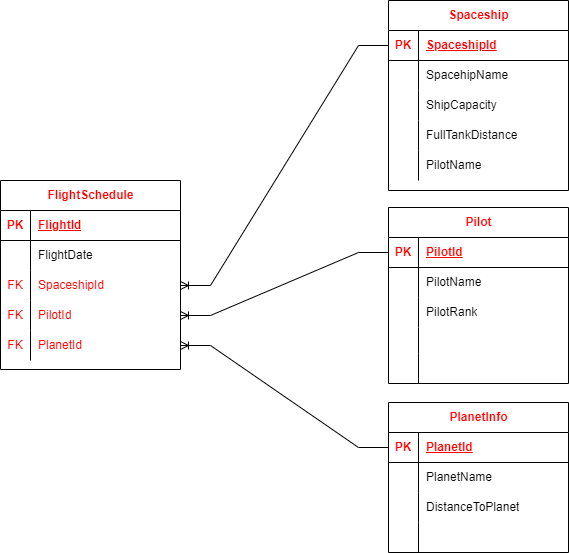
Before: part1/Space.png, a diagram exported from draw.io (Kolesa-Education/kolesa-upgrade-homework-4). Source tidied: cells renumbered, new cells last; positions are measured from the earlier drawing's top-left corner, leaving out a move shared by most shapes.
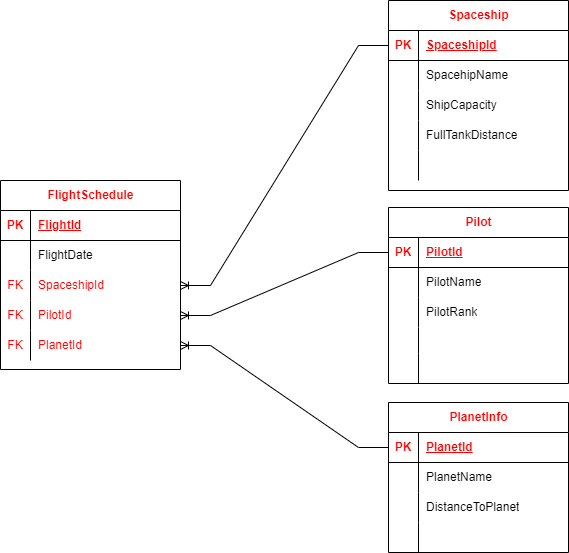
Later version of the same file.

Commit message:
исправила связи

Change to the diagram source:
```diff
@@ -185,7 +185,7 @@
     <mxCell id="62" style="shape=partialRectangle;fillColor=none;top=0;left=0;bottom=0;right=0;overflow=hidden;fontColor=#FF0000;html=1;" parent="61" vertex="1">
       <mxGeometry width="30" height="30" as="geometry" />
     </mxCell>
-    <mxCell id="63" value="PilotName" style="shape=partialRectangle;fillColor=none;top=0;left=0;bottom=0;right=0;align=left;spacingLeft=6;overflow=hidden;fontColor=#000000;html=1;strokeColor=#FF0000;" parent="61" vertex="1">
+    <mxCell id="63" style="shape=partialRectangle;fillColor=none;top=0;left=0;bottom=0;right=0;align=left;spacingLeft=6;overflow=hidden;fontColor=#000000;html=1;strokeColor=#FF0000;" parent="61" vertex="1">
       <mxGeometry x="30" width="150" height="30" as="geometry" />
     </mxCell>
     <mxCell id="64" style="edgeStyle=entityRelationEdgeStyle;fontSize=12;html=1;endArrow=ERoneToMany;rounded=0;" parent="1" edge="1" source="20" target="16">
```
